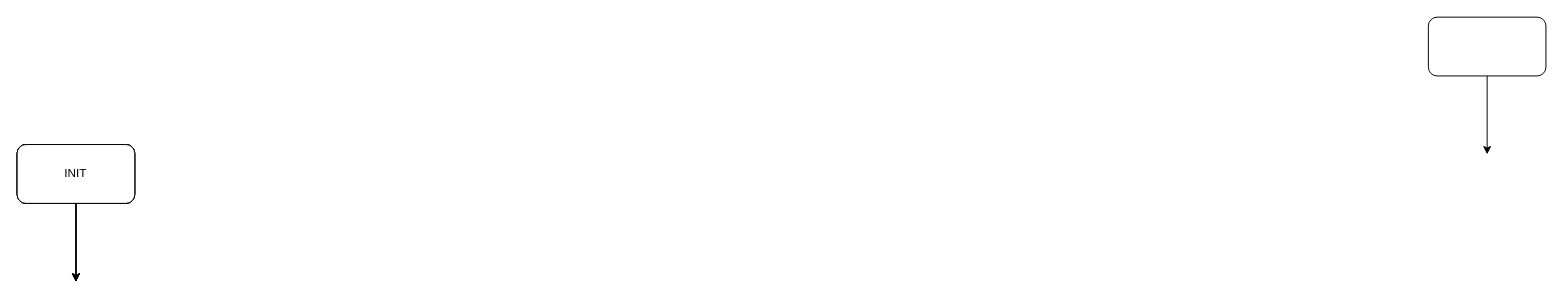
The draw.io diagram Diagrama 01.02.drawio in AritzMartin/practica-01.02, before the edit. Source tidied: cells renumbered, new cells numbered last; positions are measured from the earlier drawing's top-left corner, leaving out a move shared by most shapes. Both pictures are drawn from the tidied source at 98%, with x=0, y=0 at pixel (17, 17).
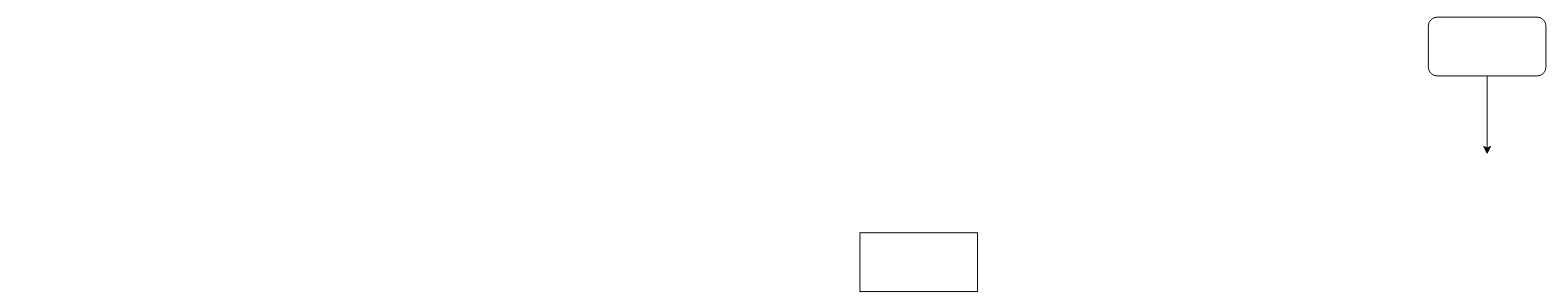
Above is the later version.

Diff of the diagram source:
```diff
@@
 <mxGraphModel>
   <root>
     <mxCell id="0" />
     <mxCell id="1" parent="0" />
     <mxCell id="2" style="rounded=1;whiteSpace=wrap;html=1;" parent="1" vertex="1">
       <mxGeometry x="1440" width="120" height="60" as="geometry" />
     </mxCell>
     <mxCell id="3" style="endArrow=classic;html=1;rounded=0;exitX=0.5;exitY=1;exitDx=0;exitDy=0;" parent="1" edge="1" source="2">
       <mxGeometry relative="1" as="geometry">
         <mxPoint x="1500" y="140" as="targetPoint" />
       </mxGeometry>
     </mxCell>
-    <mxCell id="4" style="rounded=1;whiteSpace=wrap;html=1;" parent="1" vertex="1">
-      <mxGeometry y="130" width="120" height="60" as="geometry" />
-    </mxCell>
-    <mxCell id="5" style="endArrow=classic;html=1;rounded=0;exitX=0.5;exitY=1;exitDx=0;exitDy=0;" parent="1" edge="1" source="4">
-      <mxGeometry relative="1" as="geometry">
-        <mxPoint x="60" y="270" as="targetPoint" />
-      </mxGeometry>
-    </mxCell>
-    <mxCell id="6" style="rounded=1;whiteSpace=wrap;html=1;" parent="1" vertex="1">
-      <mxGeometry y="130" width="120" height="60" as="geometry" />
-    </mxCell>
-    <mxCell id="7" style="endArrow=classic;html=1;rounded=0;exitX=0.5;exitY=1;exitDx=0;exitDy=0;" parent="1" edge="1" source="6">
-      <mxGeometry relative="1" as="geometry">
-        <mxPoint x="60" y="270" as="targetPoint" />
-      </mxGeometry>
-    </mxCell>
-    <mxCell id="8" style="rounded=1;whiteSpace=wrap;html=1;" parent="1" vertex="1">
-      <mxGeometry y="130" width="120" height="60" as="geometry" />
-    </mxCell>
-    <mxCell id="9" style="endArrow=classic;html=1;rounded=0;exitX=0.5;exitY=1;exitDx=0;exitDy=0;" parent="1" edge="1" source="8">
-      <mxGeometry relative="1" as="geometry">
-        <mxPoint x="60" y="270" as="targetPoint" />
-      </mxGeometry>
-    </mxCell>
-    <mxCell id="10" value="INIT" style="rounded=1;whiteSpace=wrap;html=1;" parent="1" vertex="1">
-      <mxGeometry y="130" width="120" height="60" as="geometry" />
-    </mxCell>
-    <mxCell id="11" style="endArrow=classic;html=1;rounded=0;exitX=0.5;exitY=1;exitDx=0;exitDy=0;" parent="1" edge="1" source="10">
-      <mxGeometry relative="1" as="geometry">
-        <mxPoint x="60" y="270" as="targetPoint" />
-      </mxGeometry>
-    </mxCell>
+    <mxCell id="12" style="rounded=0;whiteSpace=wrap;html=1;" parent="1" vertex="1">
+      <mxGeometry x="860" y="220" width="120" height="60" as="geometry" />
+    </mxCell>
   </root>
 </mxGraphModel>
```
